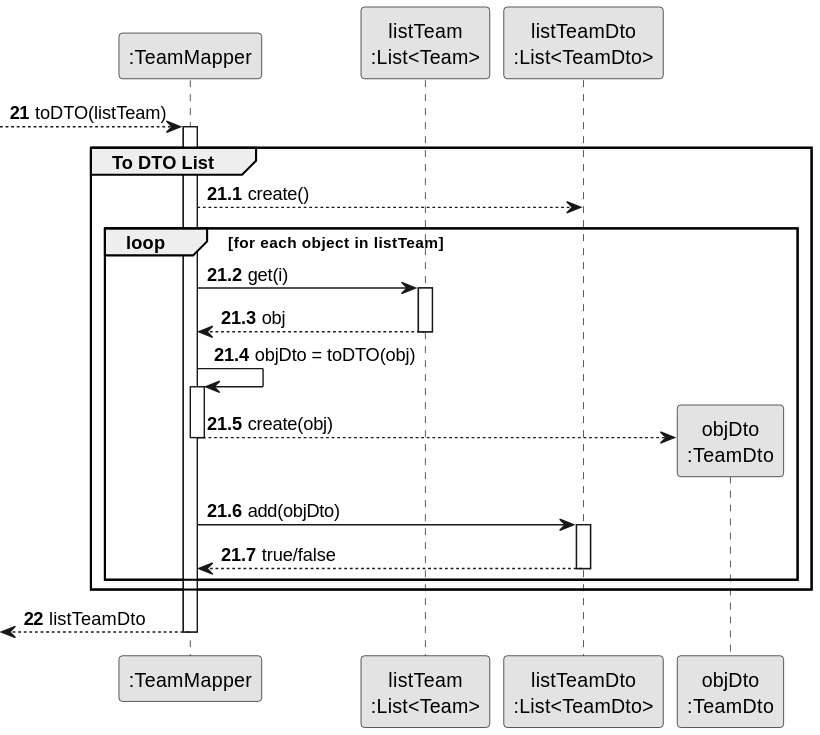
The PlantUML diagram docs/sprint3/us23/03.design/svg/us23-partial-sequence-diagram-toDTO.svg in Departamento-de-Engenharia-Informatica/lei-24-s2-1db-g022, before a commit. Its diagram source:
```plantuml
@startuml
skinparam monochrome true
skinparam packageStyle rectangle
skinparam shadowing false

participant ":TeamMapper" as TEAMMP
participant "listTeam\n:List<Team>" as TEAMLIST
participant "listTeamDto\n:List<TeamDto>" as LSTEAMDTO
participant "objDto\n:TeamDto" as DTOTEAM

autonumber 21

--> TEAMMP : toDTO(listTeam)

autonumber 21.1

activate TEAMMP

group To DTO List

TEAMMP --> LSTEAMDTO : create()

loop for each object in listTeam

TEAMMP -> TEAMLIST : get(i)

activate TEAMLIST

TEAMLIST --> TEAMMP : obj

deactivate TEAMLIST

TEAMMP -> TEAMMP : objDto = toDTO(obj)

activate TEAMMP

TEAMMP --> DTOTEAM** : create(obj)



deactivate TEAMMP

TEAMMP -> LSTEAMDTO : add(objDto)

activate LSTEAMDTO

LSTEAMDTO --> TEAMMP : true/false

deactivate LSTEAMDTO

end

end

autonumber 22

<-- TEAMMP : listTeamDto

deactivate TEAMMP
@enduml
```
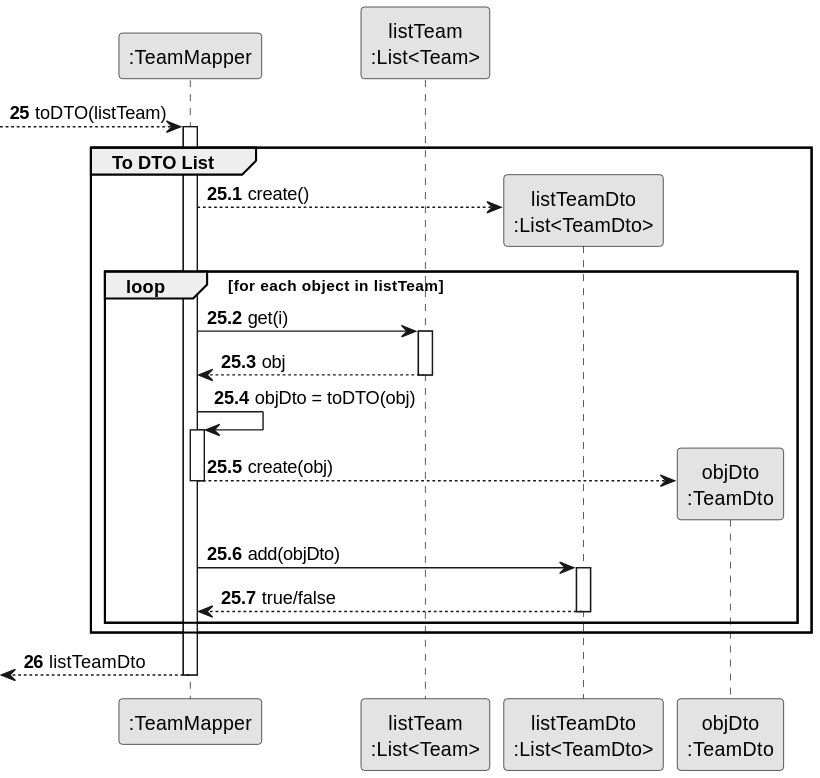
The same file after the commit.

Commit message:
Rectification DTO partial diagram US20,US21,US23

The edit, as a diff of the source:
```diff
@@ -8,17 +8,17 @@
 participant "listTeamDto\n:List<TeamDto>" as LSTEAMDTO
 participant "objDto\n:TeamDto" as DTOTEAM
 
-autonumber 21
+autonumber 25
 
 --> TEAMMP : toDTO(listTeam)
 
-autonumber 21.1
+autonumber 25.1
 
 activate TEAMMP
 
 group To DTO List
 
-TEAMMP --> LSTEAMDTO : create()
+TEAMMP --> LSTEAMDTO** : create()
 
 loop for each object in listTeam
 
@@ -36,8 +36,6 @@
 
 TEAMMP --> DTOTEAM** : create(obj)
 
-
-
 deactivate TEAMMP
 
 TEAMMP -> LSTEAMDTO : add(objDto)
@@ -52,7 +50,7 @@
 
 end
 
-autonumber 22
+autonumber 26
 
 <-- TEAMMP : listTeamDto
 
```
